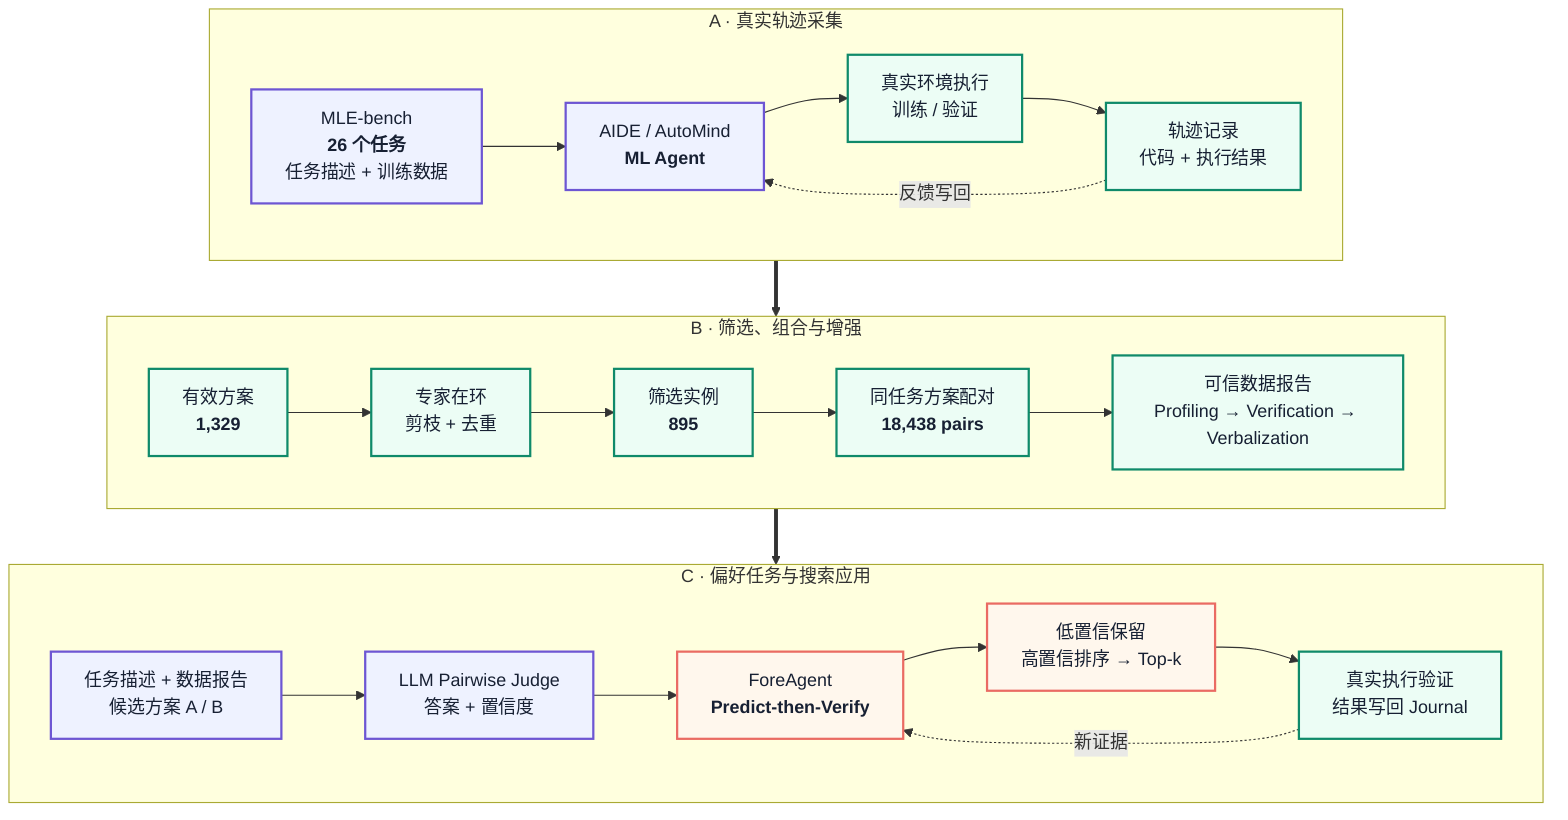
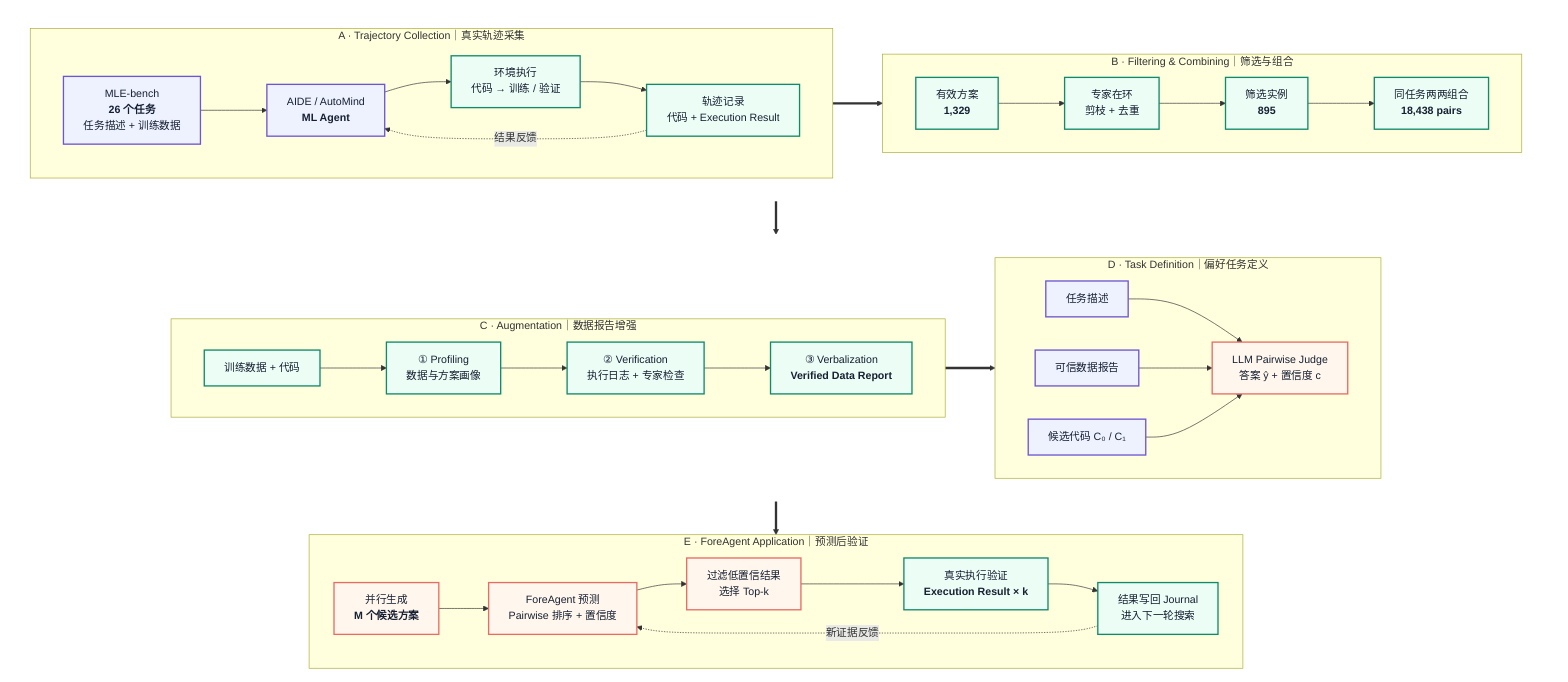
flowchart TB
-     subgraph S1["A · 真实轨迹采集"]
+     subgraph ROW1[" "]
        direction LR
-         T["MLE-bench<br/><b>26 个任务</b><br/>任务描述 + 训练数据"]
-         A["AIDE / AutoMind<br/><b>ML Agent</b>"]
-         X["真实环境执行<br/>训练 / 验证"]
-         R["轨迹记录<br/>代码 + 执行结果"]
-         T --> A --> X --> R
-         R -. 反馈写回 .-> A
+         subgraph A["A · Trajectory Collection｜真实轨迹采集"]
+             direction LR
+             A1["MLE-bench<br/><b>26 个任务</b><br/>任务描述 + 训练数据"]
+             A2["AIDE / AutoMind<br/><b>ML Agent</b>"]
+             A3["环境执行<br/>代码 → 训练 / 验证"]
+             A4["轨迹记录<br/>代码 + Execution Result"]
+             A1 --> A2 --> A3 --> A4
+             A4 -. 结果反馈 .-> A2
+         end
+ 
+         subgraph B["B · Filtering & Combining｜筛选与组合"]
+             direction LR
+             B1["有效方案<br/><b>1,329</b>"]
+             B2["专家在环<br/>剪枝 + 去重"]
+             B3["筛选实例<br/><b>895</b>"]
+             B4["同任务两两组合<br/><b>18,438 pairs</b>"]
+             B1 --> B2 --> B3 --> B4
+         end
    end

-     subgraph S2["B · 筛选、组合与增强"]
+     subgraph ROW2[" "]
        direction LR
-         V["有效方案<br/><b>1,329</b>"]
-         F["专家在环<br/>剪枝 + 去重"]
-         I["筛选实例<br/><b>895</b>"]
-         P["同任务方案配对<br/><b>18,438 pairs</b>"]
-         D["可信数据报告<br/>Profiling → Verification → Verbalization"]
-         V --> F --> I --> P --> D
+         subgraph C["C · Augmentation｜数据报告增强"]
+             direction LR
+             C1["训练数据 + 代码"]
+             C2["① Profiling<br/>数据与方案画像"]
+             C3["② Verification<br/>执行日志 + 专家检查"]
+             C4["③ Verbalization<br/><b>Verified Data Report</b>"]
+             C1 --> C2 --> C3 --> C4
+         end
+ 
+         subgraph D["D · Task Definition｜偏好任务定义"]
+             direction LR
+             D1["任务描述"]
+             D2["可信数据报告"]
+             D3["候选代码 C₀ / C₁"]
+             D4["LLM Pairwise Judge<br/>答案 ŷ + 置信度 c"]
+             D1 --> D4
+             D2 --> D4
+             D3 --> D4
+         end
    end

-     subgraph S3["C · 偏好任务与搜索应用"]
+     subgraph E["E · ForeAgent Application｜预测后验证"]
        direction LR
-         Q["任务描述 + 数据报告<br/>候选方案 A / B"]
-         L["LLM Pairwise Judge<br/>答案 + 置信度"]
-         G["ForeAgent<br/><b>Predict-then-Verify</b>"]
-         K["低置信保留<br/>高置信排序 → Top-k"]
-         E["真实执行验证<br/>结果写回 Journal"]
-         Q --> L --> G --> K --> E
-         E -. 新证据 .-> G
+         E1["并行生成<br/><b>M 个候选方案</b>"]
+         E2["ForeAgent 预测<br/>Pairwise 排序 + 置信度"]
+         E3["过滤低置信结果<br/>选择 Top-k"]
+         E4["真实执行验证<br/><b>Execution Result × k</b>"]
+         E5["结果写回 Journal<br/>进入下一轮搜索"]
+         E1 --> E2 --> E3 --> E4 --> E5
+         E5 -. 新证据反馈 .-> E2
    end

-     R ==> V
-     D ==> Q
+     A4 ==> B1
+     B4 ==> C1
+     C4 ==> D2
+     D4 ==> E2
+ 
+     style ROW1 fill:transparent,stroke:transparent
+     style ROW2 fill:transparent,stroke:transparent

    classDef source fill:#eef2ff,stroke:#6d56d3,stroke-width:2px,color:#172033;
    classDef evidence fill:#ecfdf5,stroke:#0f8a6a,stroke-width:2px,color:#172033;
    classDef action fill:#fff7ed,stroke:#ea6b63,stroke-width:2px,color:#172033;
-     class T,A,Q,L source;
-     class X,R,V,F,I,P,D,E evidence;
-     class G,K action;
+     class A1,A2,D1,D2,D3 source;
+     class A3,A4,B1,B2,B3,B4,C1,C2,C3,C4,E4,E5 evidence;
+     class D4,E1,E2,E3 action;
